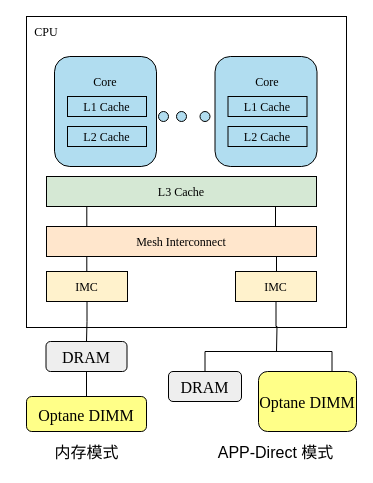
Before: page "图1-1 NVDIMM模式" (1 of 22) of 毕业论文.drawio in HustDsy/Picture, a draw.io diagram. Source tidied: cells renumbered, new cells numbered last; positions are measured from the earlier drawing's top-left corner, leaving out a move shared by most shapes. Both pictures are drawn from the tidied source at 100%, with x=0, y=0 at pixel (-134, 16).
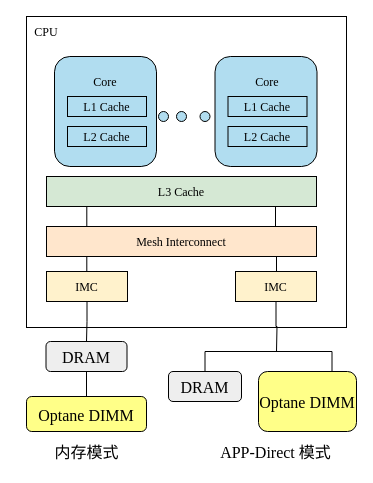
The same page after the edit.

The edit, as a diff of the source:
```diff
@@
-    <mxCell id="34" value="APP-Direct 模式" style="text;strokeColor=none;fillColor=none;align=center;verticalAlign=middle;rounded=0;fontFamily=简宋;fontSize=16;" parent="1" vertex="1">
+    <mxCell id="34" value="APP-Direct 模式" style="text;strokeColor=none;fillColor=none;align=center;verticalAlign=middle;rounded=0;fontFamily=Times New Roman;fontSize=16;" parent="1" vertex="1">
       <mxGeometry x="350" y="420" width="119" height="30" as="geometry" />
     </mxCell>
```
